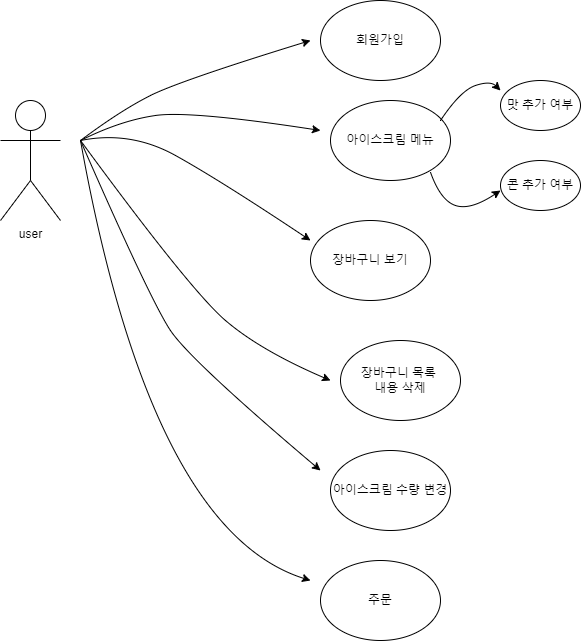
junHyeokP/Algorithm keeps this draw.io diagram as mini_project_use-case.png. Above is the earlier version. Source tidied: cells renumbered, new cells last; positions are measured from the earlier drawing's top-left corner, leaving out a move shared by most shapes. The source it was exported from:
```xml
<mxGraphModel>
  <root>
    <mxCell id="0" />
    <mxCell id="1" parent="0" />
    <mxCell id="2" value="user" style="shape=umlActor;verticalLabelPosition=bottom;verticalAlign=top;html=1;" parent="1" vertex="1">
      <mxGeometry y="100" width="60" height="120" as="geometry" />
    </mxCell>
    <mxCell id="3" style="curved=1;endArrow=classic;html=1;rounded=0;" parent="1" edge="1">
      <mxGeometry relative="1" as="geometry">
        <mxPoint x="80" y="140" as="sourcePoint" />
        <mxPoint x="310" y="40" as="targetPoint" />
        <Array as="points">
          <mxPoint x="120" y="110" />
          <mxPoint x="180" y="80" />
        </Array>
      </mxGeometry>
    </mxCell>
    <mxCell id="4" value="회원가입" style="ellipse;whiteSpace=wrap;html=1;" parent="1" vertex="1">
      <mxGeometry x="320" width="120" height="80" as="geometry" />
    </mxCell>
    <mxCell id="5" style="curved=1;endArrow=classic;html=1;rounded=0;" parent="1" edge="1">
      <mxGeometry relative="1" as="geometry">
        <mxPoint x="80" y="140" as="sourcePoint" />
        <mxPoint x="320" y="130" as="targetPoint" />
        <Array as="points">
          <mxPoint x="120" y="120" />
          <mxPoint x="190" y="110" />
        </Array>
      </mxGeometry>
    </mxCell>
    <mxCell id="6" value="아이스크림 메뉴" style="ellipse;whiteSpace=wrap;html=1;" parent="1" vertex="1">
      <mxGeometry x="330" y="100" width="120" height="80" as="geometry" />
    </mxCell>
    <mxCell id="7" style="curved=1;endArrow=classic;html=1;rounded=0;" parent="1" edge="1">
      <mxGeometry relative="1" as="geometry">
        <mxPoint x="440" y="120" as="sourcePoint" />
        <mxPoint x="500" y="90" as="targetPoint" />
        <Array as="points">
          <mxPoint x="460" y="90" />
          <mxPoint x="490" y="80" />
        </Array>
      </mxGeometry>
    </mxCell>
    <mxCell id="8" style="curved=1;endArrow=classic;html=1;rounded=0;" parent="1" edge="1">
      <mxGeometry relative="1" as="geometry">
        <mxPoint x="430" y="171.8" as="sourcePoint" />
        <mxPoint x="500" y="190" as="targetPoint" />
        <Array as="points">
          <mxPoint x="440" y="200" />
          <mxPoint x="470" y="210" />
        </Array>
      </mxGeometry>
    </mxCell>
    <mxCell id="9" value="콘 추가 여부" style="ellipse;whiteSpace=wrap;html=1;" parent="1" vertex="1">
      <mxGeometry x="500" y="160" width="80" height="50" as="geometry" />
    </mxCell>
    <mxCell id="10" value="맛 추가 여부" style="ellipse;whiteSpace=wrap;html=1;" parent="1" vertex="1">
      <mxGeometry x="500" y="80" width="80" height="50" as="geometry" />
    </mxCell>
    <mxCell id="11" style="curved=1;endArrow=classic;html=1;rounded=0;" parent="1" edge="1">
      <mxGeometry relative="1" as="geometry">
        <mxPoint x="80" y="140" as="sourcePoint" />
        <mxPoint x="310" y="240" as="targetPoint" />
        <Array as="points">
          <mxPoint x="130" y="130" />
          <mxPoint x="220" y="180" />
        </Array>
      </mxGeometry>
    </mxCell>
    <mxCell id="12" value="장바구니 보기" style="ellipse;whiteSpace=wrap;html=1;" parent="1" vertex="1">
      <mxGeometry x="310" y="220" width="120" height="80" as="geometry" />
    </mxCell>
    <mxCell id="13" style="curved=1;endArrow=classic;html=1;rounded=0;" parent="1" edge="1">
      <mxGeometry relative="1" as="geometry">
        <mxPoint x="80" y="140" as="sourcePoint" />
        <mxPoint x="330" y="380" as="targetPoint" />
        <Array as="points">
          <mxPoint x="190" y="290" />
          <mxPoint x="260" y="350" />
        </Array>
      </mxGeometry>
    </mxCell>
    <mxCell id="14" value="장바구니 목록&amp;nbsp;&lt;div&gt;내용 삭제&lt;/div&gt;" style="ellipse;whiteSpace=wrap;html=1;" parent="1" vertex="1">
      <mxGeometry x="340" y="340" width="120" height="80" as="geometry" />
    </mxCell>
    <mxCell id="15" style="curved=1;endArrow=classic;html=1;rounded=0;" parent="1" edge="1">
      <mxGeometry relative="1" as="geometry">
        <mxPoint x="80" y="140" as="sourcePoint" />
        <mxPoint x="320" y="470" as="targetPoint" />
        <Array as="points">
          <mxPoint x="150" y="300" />
          <mxPoint x="190" y="360" />
        </Array>
      </mxGeometry>
    </mxCell>
    <mxCell id="16" value="아이스크림 수량 변경" style="ellipse;whiteSpace=wrap;html=1;" parent="1" vertex="1">
      <mxGeometry x="330" y="450" width="120" height="80" as="geometry" />
    </mxCell>
    <mxCell id="17" style="curved=1;endArrow=classic;html=1;rounded=0;" parent="1" edge="1">
      <mxGeometry relative="1" as="geometry">
        <mxPoint x="80" y="140" as="sourcePoint" />
        <mxPoint x="310" y="580" as="targetPoint" />
        <Array as="points">
          <mxPoint x="150" y="530" />
        </Array>
      </mxGeometry>
    </mxCell>
    <mxCell id="18" value="주문" style="ellipse;whiteSpace=wrap;html=1;" parent="1" vertex="1">
      <mxGeometry x="320" y="560" width="120" height="80" as="geometry" />
    </mxCell>
  </root>
</mxGraphModel>
```
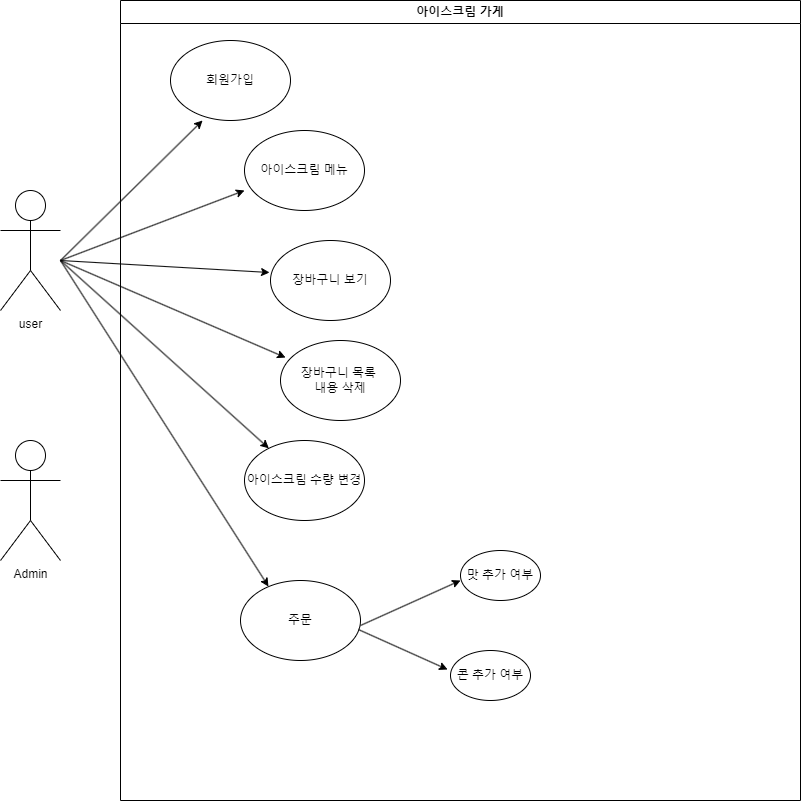
Later version of the same file.

Diff of the diagram source:
```diff
@@ -5,108 +5,74 @@
     <mxCell id="2" value="user" style="shape=umlActor;verticalLabelPosition=bottom;verticalAlign=top;html=1;" parent="1" vertex="1">
       <mxGeometry y="100" width="60" height="120" as="geometry" />
     </mxCell>
-    <mxCell id="3" style="curved=1;endArrow=classic;html=1;rounded=0;" parent="1" edge="1">
-      <mxGeometry relative="1" as="geometry">
-        <mxPoint x="80" y="140" as="sourcePoint" />
-        <mxPoint x="310" y="40" as="targetPoint" />
-        <Array as="points">
-          <mxPoint x="120" y="110" />
-          <mxPoint x="180" y="80" />
-        </Array>
-      </mxGeometry>
-    </mxCell>
-    <mxCell id="4" value="회원가입" style="ellipse;whiteSpace=wrap;html=1;" parent="1" vertex="1">
-      <mxGeometry x="320" width="120" height="80" as="geometry" />
-    </mxCell>
-    <mxCell id="5" style="curved=1;endArrow=classic;html=1;rounded=0;" parent="1" edge="1">
-      <mxGeometry relative="1" as="geometry">
-        <mxPoint x="80" y="140" as="sourcePoint" />
-        <mxPoint x="320" y="130" as="targetPoint" />
-        <Array as="points">
-          <mxPoint x="120" y="120" />
-          <mxPoint x="190" y="110" />
-        </Array>
-      </mxGeometry>
-    </mxCell>
+    <mxCell id="19" value="Admin" style="shape=umlActor;verticalLabelPosition=bottom;verticalAlign=top;html=1;" parent="1" vertex="1">
+      <mxGeometry y="350" width="60" height="120" as="geometry" />
+    </mxCell>
+    <mxCell id="20" value="아이스크림 가게" style="swimlane;whiteSpace=wrap;html=1;" parent="1" vertex="1">
+      <mxGeometry x="120" y="-90" width="680" height="800" as="geometry" />
+    </mxCell>
+    <mxCell id="14" value="장바구니 목록&amp;nbsp;&lt;div&gt;내용 삭제&lt;/div&gt;" style="ellipse;whiteSpace=wrap;html=1;" parent="20" vertex="1">
+      <mxGeometry x="160" y="340" width="120" height="80" as="geometry" />
+    </mxCell>
+    <mxCell id="12" value="장바구니 보기" style="ellipse;whiteSpace=wrap;html=1;" parent="20" vertex="1">
+      <mxGeometry x="150" y="240" width="120" height="80" as="geometry" />
+    </mxCell>
-    <mxCell id="6" value="아이스크림 메뉴" style="ellipse;whiteSpace=wrap;html=1;" parent="1" vertex="1">
-      <mxGeometry x="330" y="100" width="120" height="80" as="geometry" />
+    <mxCell id="6" value="아이스크림 메뉴" style="ellipse;whiteSpace=wrap;html=1;" parent="20" vertex="1">
+      <mxGeometry x="124" y="130" width="120" height="80" as="geometry" />
     </mxCell>
-    <mxCell id="7" style="curved=1;endArrow=classic;html=1;rounded=0;" parent="1" edge="1">
-      <mxGeometry relative="1" as="geometry">
-        <mxPoint x="440" y="120" as="sourcePoint" />
-        <mxPoint x="500" y="90" as="targetPoint" />
-        <Array as="points">
-          <mxPoint x="460" y="90" />
-          <mxPoint x="490" y="80" />
-        </Array>
-      </mxGeometry>
-    </mxCell>
-    <mxCell id="8" style="curved=1;endArrow=classic;html=1;rounded=0;" parent="1" edge="1">
-      <mxGeometry relative="1" as="geometry">
-        <mxPoint x="430" y="171.8" as="sourcePoint" />
-        <mxPoint x="500" y="190" as="targetPoint" />
-        <Array as="points">
-          <mxPoint x="440" y="200" />
-          <mxPoint x="470" y="210" />
-        </Array>
-      </mxGeometry>
-    </mxCell>
-    <mxCell id="9" value="콘 추가 여부" style="ellipse;whiteSpace=wrap;html=1;" parent="1" vertex="1">
-      <mxGeometry x="500" y="160" width="80" height="50" as="geometry" />
+    <mxCell id="9" value="콘 추가 여부" style="ellipse;whiteSpace=wrap;html=1;direction=east;" parent="20" vertex="1">
+      <mxGeometry x="330" y="650" width="80" height="50" as="geometry" />
     </mxCell>
-    <mxCell id="10" value="맛 추가 여부" style="ellipse;whiteSpace=wrap;html=1;" parent="1" vertex="1">
-      <mxGeometry x="500" y="80" width="80" height="50" as="geometry" />
+    <mxCell id="10" value="맛 추가 여부" style="ellipse;whiteSpace=wrap;html=1;" parent="20" vertex="1">
+      <mxGeometry x="340" y="550" width="80" height="50" as="geometry" />
     </mxCell>
-    <mxCell id="11" style="curved=1;endArrow=classic;html=1;rounded=0;" parent="1" edge="1">
-      <mxGeometry relative="1" as="geometry">
-        <mxPoint x="80" y="140" as="sourcePoint" />
-        <mxPoint x="310" y="240" as="targetPoint" />
-        <Array as="points">
-          <mxPoint x="130" y="130" />
-          <mxPoint x="220" y="180" />
-        </Array>
-      </mxGeometry>
-    </mxCell>
-    <mxCell id="12" value="장바구니 보기" style="ellipse;whiteSpace=wrap;html=1;" parent="1" vertex="1">
-      <mxGeometry x="310" y="220" width="120" height="80" as="geometry" />
-    </mxCell>
-    <mxCell id="13" style="curved=1;endArrow=classic;html=1;rounded=0;" parent="1" edge="1">
-      <mxGeometry relative="1" as="geometry">
-        <mxPoint x="80" y="140" as="sourcePoint" />
-        <mxPoint x="330" y="380" as="targetPoint" />
-        <Array as="points">
-          <mxPoint x="190" y="290" />
-          <mxPoint x="260" y="350" />
-        </Array>
-      </mxGeometry>
-    </mxCell>
-    <mxCell id="14" value="장바구니 목록&amp;nbsp;&lt;div&gt;내용 삭제&lt;/div&gt;" style="ellipse;whiteSpace=wrap;html=1;" parent="1" vertex="1">
-      <mxGeometry x="340" y="340" width="120" height="80" as="geometry" />
-    </mxCell>
-    <mxCell id="15" style="curved=1;endArrow=classic;html=1;rounded=0;" parent="1" edge="1">
-      <mxGeometry relative="1" as="geometry">
-        <mxPoint x="80" y="140" as="sourcePoint" />
-        <mxPoint x="320" y="470" as="targetPoint" />
-        <Array as="points">
-          <mxPoint x="150" y="300" />
-          <mxPoint x="190" y="360" />
-        </Array>
-      </mxGeometry>
-    </mxCell>
-    <mxCell id="16" value="아이스크림 수량 변경" style="ellipse;whiteSpace=wrap;html=1;" parent="1" vertex="1">
-      <mxGeometry x="330" y="450" width="120" height="80" as="geometry" />
+    <mxCell id="16" value="아이스크림 수량 변경" style="ellipse;whiteSpace=wrap;html=1;" parent="20" vertex="1">
+      <mxGeometry x="124" y="440" width="120" height="80" as="geometry" />
     </mxCell>
-    <mxCell id="17" style="curved=1;endArrow=classic;html=1;rounded=0;" parent="1" edge="1">
-      <mxGeometry relative="1" as="geometry">
-        <mxPoint x="80" y="140" as="sourcePoint" />
-        <mxPoint x="310" y="580" as="targetPoint" />
-        <Array as="points">
-          <mxPoint x="150" y="530" />
-        </Array>
-      </mxGeometry>
-    </mxCell>
+    <mxCell id="21" style="endArrow=classic;html=1;rounded=0;entryX=0.233;entryY=0.075;entryDx=0;entryDy=0;entryPerimeter=0;" parent="20" edge="1" target="18">
+      <mxGeometry relative="1" as="geometry">
+        <mxPoint x="-60" y="260" as="sourcePoint" />
+      </mxGeometry>
+    </mxCell>
-    <mxCell id="18" value="주문" style="ellipse;whiteSpace=wrap;html=1;" parent="1" vertex="1">
-      <mxGeometry x="320" y="560" width="120" height="80" as="geometry" />
+    <mxCell id="18" value="주문" style="ellipse;whiteSpace=wrap;html=1;" parent="20" vertex="1">
+      <mxGeometry x="120" y="580" width="120" height="80" as="geometry" />
     </mxCell>
+    <mxCell id="4" value="회원가입" style="ellipse;whiteSpace=wrap;html=1;" parent="20" vertex="1">
+      <mxGeometry x="50" y="40" width="120" height="80" as="geometry" />
+    </mxCell>
+    <mxCell id="22" style="endArrow=classic;html=1;rounded=0;exitX=1;exitY=0.25;exitDx=0;exitDy=0;exitPerimeter=0;entryX=0;entryY=0.5;entryDx=0;entryDy=0;" parent="20" edge="1">
+      <mxGeometry relative="1" as="geometry">
+        <mxPoint x="240" y="625" as="sourcePoint" />
+        <mxPoint x="340" y="580" as="targetPoint" />
+      </mxGeometry>
+    </mxCell>
+    <mxCell id="23" style="endArrow=classic;html=1;rounded=0;exitX=0.983;exitY=0.613;exitDx=0;exitDy=0;exitPerimeter=0;entryX=-0.037;entryY=0.38;entryDx=0;entryDy=0;entryPerimeter=0;" parent="20" edge="1" source="18" target="9">
+      <mxGeometry relative="1" as="geometry" />
+    </mxCell>
+    <mxCell id="24" style="endArrow=classic;html=1;rounded=0;entryX=0;entryY=0.75;entryDx=0;entryDy=0;entryPerimeter=0;" parent="1" edge="1" target="6">
+      <mxGeometry relative="1" as="geometry">
+        <mxPoint x="60" y="170" as="sourcePoint" />
+      </mxGeometry>
+    </mxCell>
+    <mxCell id="25" style="endArrow=classic;html=1;rounded=0;entryX=-0.008;entryY=0.4;entryDx=0;entryDy=0;entryPerimeter=0;" parent="1" edge="1" target="12">
+      <mxGeometry relative="1" as="geometry">
+        <mxPoint x="60" y="170" as="sourcePoint" />
+      </mxGeometry>
+    </mxCell>
+    <mxCell id="26" style="endArrow=classic;html=1;rounded=0;entryX=0.042;entryY=0.213;entryDx=0;entryDy=0;entryPerimeter=0;" parent="1" edge="1" target="14">
+      <mxGeometry relative="1" as="geometry">
+        <mxPoint x="60" y="170" as="sourcePoint" />
+      </mxGeometry>
+    </mxCell>
+    <mxCell id="27" style="endArrow=classic;html=1;rounded=0;" parent="1" edge="1" target="16">
+      <mxGeometry relative="1" as="geometry">
+        <mxPoint x="60" y="170" as="sourcePoint" />
+      </mxGeometry>
+    </mxCell>
+    <mxCell id="28" style="endArrow=classic;html=1;rounded=0;entryX=0.267;entryY=1;entryDx=0;entryDy=0;entryPerimeter=0;" parent="1" edge="1" target="4">
+      <mxGeometry relative="1" as="geometry">
+        <mxPoint x="60" y="170" as="sourcePoint" />
+      </mxGeometry>
+    </mxCell>
   </root>
 </mxGraphModel>
```
